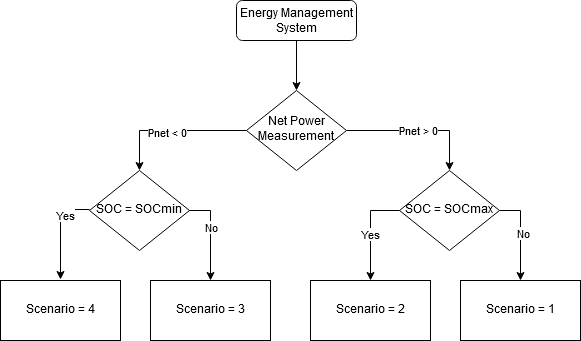
This is OurModel/Icons/logics/HeuristicsDesign.png from EmilbMadsen/MBSE-MicroGrid, a draw.io export, as it was before one commit. Source tidied: cells renumbered, new cells last; positions are measured from the earlier drawing's top-left corner, leaving out a move shared by most shapes. Its diagram source:
```xml
<mxGraphModel>
  <root>
    <mxCell id="0" />
    <mxCell id="1" parent="0" />
    <mxCell id="2" style="edgeStyle=orthogonalEdgeStyle;rounded=0;jettySize=auto;html=1;" parent="1" edge="1" source="3" target="7">
      <mxGeometry relative="1" as="geometry" />
    </mxCell>
    <mxCell id="3" value="Energy Management System" style="rounded=1;whiteSpace=wrap;html=1;fontSize=12;glass=0;strokeWidth=1;shadow=0;" parent="1" vertex="1">
      <mxGeometry x="236" width="120" height="40" as="geometry" />
    </mxCell>
    <mxCell id="4" style="edgeStyle=orthogonalEdgeStyle;rounded=0;jettySize=auto;html=1;entryX=0.5;entryY=0;entryDx=0;entryDy=0;" parent="1" edge="1" source="7" target="12">
      <mxGeometry relative="1" as="geometry" />
    </mxCell>
    <mxCell id="5" value="&lt;div&gt;Pnet &amp;lt; 0&lt;/div&gt;" style="edgeLabel;html=1;align=center;verticalAlign=middle;" parent="4" vertex="1">
      <mxGeometry x="0.08" y="1" relative="1" as="geometry" />
    </mxCell>
    <mxCell id="6" value="Pnet &amp;gt; 0" style="edgeStyle=orthogonalEdgeStyle;rounded=0;jettySize=auto;html=1;entryX=0.5;entryY=0;entryDx=0;entryDy=0;" parent="1" edge="1" source="7" target="17">
      <mxGeometry relative="1" as="geometry" />
    </mxCell>
    <mxCell id="7" value="Net Power Measurement" style="rhombus;whiteSpace=wrap;html=1;shadow=0;fontFamily=Helvetica;fontSize=12;align=center;strokeWidth=1;spacing=6;spacingTop=-4;" parent="1" vertex="1">
      <mxGeometry x="246" y="90" width="100" height="80" as="geometry" />
    </mxCell>
    <mxCell id="8" style="edgeStyle=orthogonalEdgeStyle;rounded=0;orthogonalLoop=1;jettySize=auto;html=1;exitX=0;exitY=0.5;exitDx=0;exitDy=0;" parent="1" edge="1">
      <mxGeometry relative="1" as="geometry">
        <mxPoint x="89" y="209" as="sourcePoint" />
        <mxPoint x="60" y="279" as="targetPoint" />
      </mxGeometry>
    </mxCell>
    <mxCell id="9" value="&lt;div&gt;Yes&lt;/div&gt;" style="edgeLabel;html=1;align=center;verticalAlign=middle;" parent="8" vertex="1">
      <mxGeometry x="-0.31" y="4" relative="1" as="geometry" />
    </mxCell>
    <mxCell id="10" style="edgeStyle=orthogonalEdgeStyle;rounded=0;jettySize=auto;html=1;exitX=1;exitY=0.5;exitDx=0;exitDy=0;" parent="1" edge="1" source="12" target="19">
      <mxGeometry relative="1" as="geometry" />
    </mxCell>
    <mxCell id="11" value="No" style="edgeLabel;html=1;align=center;verticalAlign=middle;" parent="10" vertex="1">
      <mxGeometry x="-0.19" relative="1" as="geometry" />
    </mxCell>
    <mxCell id="12" value="SOC = SOCmin" style="rhombus;whiteSpace=wrap;html=1;shadow=0;fontFamily=Helvetica;fontSize=12;align=center;strokeWidth=1;spacing=6;spacingTop=-4;" parent="1" vertex="1">
      <mxGeometry x="89" y="170" width="100" height="80" as="geometry" />
    </mxCell>
    <mxCell id="13" style="edgeStyle=orthogonalEdgeStyle;rounded=0;jettySize=auto;html=1;exitX=0;exitY=0.5;exitDx=0;exitDy=0;" parent="1" edge="1" source="17" target="20">
      <mxGeometry relative="1" as="geometry" />
    </mxCell>
    <mxCell id="14" value="Yes" style="edgeLabel;html=1;align=center;verticalAlign=middle;" parent="13" vertex="1">
      <mxGeometry x="0.05" y="-1" relative="1" as="geometry" />
    </mxCell>
    <mxCell id="15" style="edgeStyle=orthogonalEdgeStyle;rounded=0;jettySize=auto;html=1;exitX=1;exitY=0.5;exitDx=0;exitDy=0;" parent="1" edge="1" source="17" target="21">
      <mxGeometry relative="1" as="geometry" />
    </mxCell>
    <mxCell id="16" value="No" style="edgeLabel;html=1;align=center;verticalAlign=middle;" parent="15" vertex="1">
      <mxGeometry x="-0.05" y="2" relative="1" as="geometry" />
    </mxCell>
    <mxCell id="17" value="&lt;div&gt;SOC = SOCmax&lt;/div&gt;" style="rhombus;whiteSpace=wrap;html=1;shadow=0;fontFamily=Helvetica;fontSize=12;align=center;strokeWidth=1;spacing=6;spacingTop=-4;" parent="1" vertex="1">
      <mxGeometry x="399" y="170" width="100" height="80" as="geometry" />
    </mxCell>
    <mxCell id="18" value="&lt;div&gt;Scenario = 4&lt;/div&gt;" style="whiteSpace=wrap;html=1;shadow=0;strokeWidth=1;spacing=6;spacingTop=-4;" parent="1" vertex="1">
      <mxGeometry y="280" width="120" height="60" as="geometry" />
    </mxCell>
    <mxCell id="19" value="Scenario = 3" style="whiteSpace=wrap;html=1;shadow=0;strokeWidth=1;spacing=6;spacingTop=-4;" parent="1" vertex="1">
      <mxGeometry x="150" y="280" width="120" height="60" as="geometry" />
    </mxCell>
    <mxCell id="20" value="Scenario = 2" style="whiteSpace=wrap;html=1;shadow=0;strokeWidth=1;spacing=6;spacingTop=-4;" parent="1" vertex="1">
      <mxGeometry x="310" y="280" width="120" height="60" as="geometry" />
    </mxCell>
    <mxCell id="21" value="Scenario = 1" style="whiteSpace=wrap;html=1;shadow=0;strokeWidth=1;spacing=6;spacingTop=-4;" parent="1" vertex="1">
      <mxGeometry x="460" y="280" width="120" height="60" as="geometry" />
    </mxCell>
  </root>
</mxGraphModel>
```
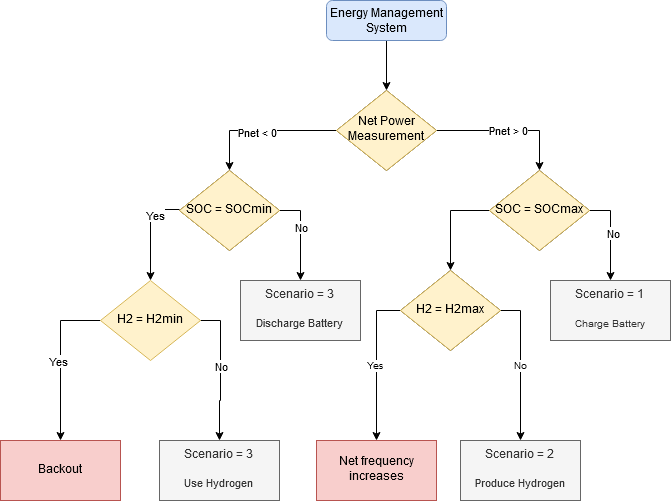
The same file after the commit.

What changed in the source:
```diff
@@ -5,7 +5,7 @@
     <mxCell id="2" style="edgeStyle=orthogonalEdgeStyle;rounded=0;jettySize=auto;html=1;" parent="1" edge="1" source="3" target="7">
       <mxGeometry relative="1" as="geometry" />
     </mxCell>
-    <mxCell id="3" value="Energy Management System" style="rounded=1;whiteSpace=wrap;html=1;fontSize=12;glass=0;strokeWidth=1;shadow=0;" parent="1" vertex="1">
+    <mxCell id="3" value="Energy Management System" style="rounded=1;whiteSpace=wrap;html=1;fontSize=12;glass=0;strokeWidth=1;shadow=0;fillColor=#dae8fc;strokeColor=#6c8ebf;" parent="1" vertex="1">
       <mxGeometry x="236" width="120" height="40" as="geometry" />
     </mxCell>
     <mxCell id="4" style="edgeStyle=orthogonalEdgeStyle;rounded=0;jettySize=auto;html=1;entryX=0.5;entryY=0;entryDx=0;entryDy=0;" parent="1" edge="1" source="7" target="12">
@@ -20,10 +20,12 @@
     <mxCell id="7" value="Net Power Measurement" style="rhombus;whiteSpace=wrap;html=1;shadow=0;fontFamily=Helvetica;fontSize=12;align=center;strokeWidth=1;spacing=6;spacingTop=-4;" parent="1" vertex="1">
       <mxGeometry x="246" y="90" width="100" height="80" as="geometry" />
     </mxCell>
-    <mxCell id="8" style="edgeStyle=orthogonalEdgeStyle;rounded=0;orthogonalLoop=1;jettySize=auto;html=1;exitX=0;exitY=0.5;exitDx=0;exitDy=0;" parent="1" edge="1">
+    <mxCell id="8" style="edgeStyle=orthogonalEdgeStyle;rounded=0;jettySize=auto;html=1;exitX=0;exitY=0.5;exitDx=0;exitDy=0;entryX=0.5;entryY=0;entryDx=0;entryDy=0;" parent="1" edge="1" target="32">
       <mxGeometry relative="1" as="geometry">
         <mxPoint x="89" y="209" as="sourcePoint" />
-        <mxPoint x="60" y="279" as="targetPoint" />
+        <Array as="points">
+          <mxPoint x="60" y="209" />
+        </Array>
       </mxGeometry>
     </mxCell>
     <mxCell id="9" value="&lt;div&gt;Yes&lt;/div&gt;" style="edgeLabel;html=1;align=center;verticalAlign=middle;" parent="8" vertex="1">
@@ -38,32 +40,74 @@
     <mxCell id="12" value="SOC = SOCmin" style="rhombus;whiteSpace=wrap;html=1;shadow=0;fontFamily=Helvetica;fontSize=12;align=center;strokeWidth=1;spacing=6;spacingTop=-4;" parent="1" vertex="1">
       <mxGeometry x="89" y="170" width="100" height="80" as="geometry" />
     </mxCell>
-    <mxCell id="13" style="edgeStyle=orthogonalEdgeStyle;rounded=0;jettySize=auto;html=1;exitX=0;exitY=0.5;exitDx=0;exitDy=0;" parent="1" edge="1" source="17" target="20">
-      <mxGeometry relative="1" as="geometry" />
-    </mxCell>
-    <mxCell id="14" value="Yes" style="edgeLabel;html=1;align=center;verticalAlign=middle;" parent="13" vertex="1">
-      <mxGeometry x="0.05" y="-1" relative="1" as="geometry" />
-    </mxCell>
     <mxCell id="15" style="edgeStyle=orthogonalEdgeStyle;rounded=0;jettySize=auto;html=1;exitX=1;exitY=0.5;exitDx=0;exitDy=0;" parent="1" edge="1" source="17" target="21">
       <mxGeometry relative="1" as="geometry" />
     </mxCell>
     <mxCell id="16" value="No" style="edgeLabel;html=1;align=center;verticalAlign=middle;" parent="15" vertex="1">
       <mxGeometry x="-0.05" y="2" relative="1" as="geometry" />
     </mxCell>
+    <mxCell id="22" style="edgeStyle=orthogonalEdgeStyle;rounded=0;jettySize=auto;html=1;fontSize=10;exitX=0;exitY=0.5;exitDx=0;exitDy=0;" parent="1" edge="1" source="17" target="26">
+      <mxGeometry relative="1" as="geometry" />
+    </mxCell>
     <mxCell id="17" value="&lt;div&gt;SOC = SOCmax&lt;/div&gt;" style="rhombus;whiteSpace=wrap;html=1;shadow=0;fontFamily=Helvetica;fontSize=12;align=center;strokeWidth=1;spacing=6;spacingTop=-4;" parent="1" vertex="1">
       <mxGeometry x="399" y="170" width="100" height="80" as="geometry" />
     </mxCell>
-    <mxCell id="18" value="&lt;div&gt;Scenario = 4&lt;/div&gt;" style="whiteSpace=wrap;html=1;shadow=0;strokeWidth=1;spacing=6;spacingTop=-4;" parent="1" vertex="1">
-      <mxGeometry y="280" width="120" height="60" as="geometry" />
+    <mxCell id="18" value="Backout" style="whiteSpace=wrap;html=1;shadow=0;strokeWidth=1;spacing=6;spacingTop=-4;fillColor=#f8cecc;strokeColor=#b85450;" parent="1" vertex="1">
+      <mxGeometry x="-90" y="440" width="120" height="60" as="geometry" />
     </mxCell>
-    <mxCell id="19" value="Scenario = 3" style="whiteSpace=wrap;html=1;shadow=0;strokeWidth=1;spacing=6;spacingTop=-4;" parent="1" vertex="1">
+    <mxCell id="19" value="&lt;div&gt;Scenario = 3&lt;/div&gt;&lt;div&gt;&lt;br&gt;&lt;/div&gt;&lt;div&gt;&lt;font style=&quot;font-size: 11px&quot;&gt;Discharge Battery&lt;/font&gt;&lt;br&gt;&lt;/div&gt;" style="whiteSpace=wrap;html=1;shadow=0;strokeWidth=1;spacing=6;spacingTop=-4;fillColor=#f5f5f5;fontColor=#333333;strokeColor=#666666;" parent="1" vertex="1">
       <mxGeometry x="150" y="280" width="120" height="60" as="geometry" />
     </mxCell>
-    <mxCell id="20" value="Scenario = 2" style="whiteSpace=wrap;html=1;shadow=0;strokeWidth=1;spacing=6;spacingTop=-4;" parent="1" vertex="1">
-      <mxGeometry x="310" y="280" width="120" height="60" as="geometry" />
+    <mxCell id="20" value="&lt;div&gt;Scenario = 2&lt;/div&gt;&lt;div&gt;&lt;br&gt;&lt;/div&gt;&lt;div&gt;&lt;font style=&quot;font-size: 11px&quot;&gt;Produce Hydrogen&lt;/font&gt;&lt;br&gt;&lt;/div&gt;" style="whiteSpace=wrap;html=1;shadow=0;strokeWidth=1;spacing=6;spacingTop=-4;fillColor=#f5f5f5;fontColor=#333333;strokeColor=#666666;" parent="1" vertex="1">
+      <mxGeometry x="370" y="440" width="120" height="60" as="geometry" />
     </mxCell>
-    <mxCell id="21" value="Scenario = 1" style="whiteSpace=wrap;html=1;shadow=0;strokeWidth=1;spacing=6;spacingTop=-4;" parent="1" vertex="1">
+    <mxCell id="21" value="&lt;div&gt;Scenario = 1&lt;/div&gt;&lt;div&gt;&lt;br&gt;&lt;/div&gt;&lt;div&gt;&lt;font style=&quot;font-size: 10px&quot;&gt;Charge Battery&lt;/font&gt;&lt;br&gt;&lt;/div&gt;" style="whiteSpace=wrap;html=1;shadow=0;strokeWidth=1;spacing=6;spacingTop=-4;fillColor=#f5f5f5;fontColor=#333333;strokeColor=#666666;" parent="1" vertex="1">
       <mxGeometry x="460" y="280" width="120" height="60" as="geometry" />
     </mxCell>
+    <mxCell id="23" value="&lt;div&gt;No&lt;/div&gt;" style="edgeStyle=orthogonalEdgeStyle;rounded=0;jettySize=auto;html=1;exitX=1;exitY=0.5;exitDx=0;exitDy=0;fontSize=10;" parent="1" edge="1" source="26" target="20">
+      <mxGeometry relative="1" as="geometry" />
+    </mxCell>
+    <mxCell id="24" style="edgeStyle=orthogonalEdgeStyle;rounded=0;jettySize=auto;html=1;exitX=0;exitY=0.5;exitDx=0;exitDy=0;fontSize=10;entryX=0.5;entryY=0;entryDx=0;entryDy=0;" parent="1" edge="1" source="26" target="27">
+      <mxGeometry relative="1" as="geometry" />
+    </mxCell>
+    <mxCell id="25" value="&lt;div&gt;Yes&lt;/div&gt;" style="edgeLabel;html=1;align=center;verticalAlign=middle;fontSize=10;" parent="24" vertex="1">
+      <mxGeometry x="0.01" y="-3" relative="1" as="geometry" />
+    </mxCell>
+    <mxCell id="26" value="H2 = H2max" style="rhombus;whiteSpace=wrap;html=1;shadow=0;fontFamily=Helvetica;fontSize=12;align=center;strokeWidth=1;spacing=6;spacingTop=-4;" parent="1" vertex="1">
+      <mxGeometry x="310" y="270" width="100" height="80" as="geometry" />
+    </mxCell>
+    <mxCell id="27" value="Net frequency increases" style="whiteSpace=wrap;html=1;shadow=0;strokeWidth=1;spacing=6;spacingTop=-4;fillColor=#f8cecc;strokeColor=#b85450;" parent="1" vertex="1">
+      <mxGeometry x="226" y="440" width="120" height="60" as="geometry" />
+    </mxCell>
+    <mxCell id="28" style="edgeStyle=orthogonalEdgeStyle;rounded=0;jettySize=auto;html=1;exitX=0;exitY=0.5;exitDx=0;exitDy=0;entryX=0.5;entryY=0;entryDx=0;entryDy=0;fontSize=11;" parent="1" edge="1" source="32" target="18">
+      <mxGeometry relative="1" as="geometry" />
+    </mxCell>
+    <mxCell id="29" value="Yes" style="edgeLabel;html=1;align=center;verticalAlign=middle;fontSize=11;" parent="28" vertex="1">
+      <mxGeometry y="-3" relative="1" as="geometry" />
+    </mxCell>
+    <mxCell id="30" style="edgeStyle=orthogonalEdgeStyle;rounded=0;jettySize=auto;html=1;exitX=1;exitY=0.5;exitDx=0;exitDy=0;fontSize=11;entryX=0.5;entryY=0;entryDx=0;entryDy=0;" parent="1" edge="1" source="32" target="33">
+      <mxGeometry relative="1" as="geometry" />
+    </mxCell>
+    <mxCell id="31" value="No" style="edgeLabel;html=1;align=center;verticalAlign=middle;fontSize=11;" parent="30" vertex="1">
+      <mxGeometry x="-0.07" relative="1" as="geometry" />
+    </mxCell>
+    <mxCell id="32" value="H2 = H2min" style="rhombus;whiteSpace=wrap;html=1;shadow=0;fontFamily=Helvetica;fontSize=12;align=center;strokeWidth=1;spacing=6;spacingTop=-4;fillColor=#fff2cc;strokeColor=#d6b656;" parent="1" vertex="1">
+      <mxGeometry x="10" y="280" width="100" height="80" as="geometry" />
+    </mxCell>
+    <mxCell id="33" value="&lt;div&gt;Scenario = 3&lt;br&gt;&lt;/div&gt;&lt;div&gt;&lt;br&gt;&lt;/div&gt;&lt;div&gt;&lt;font style=&quot;font-size: 11px&quot;&gt;Use Hydrogen&lt;/font&gt;&lt;br&gt;&lt;/div&gt;" style="whiteSpace=wrap;html=1;shadow=0;strokeWidth=1;spacing=6;spacingTop=-4;fillColor=#f5f5f5;fontColor=#333333;strokeColor=#666666;" parent="1" vertex="1">
+      <mxGeometry x="69" y="440" width="120" height="60" as="geometry" />
+    </mxCell>
+    <mxCell id="34" value="H2 = H2max" style="rhombus;whiteSpace=wrap;html=1;shadow=0;fontFamily=Helvetica;fontSize=12;align=center;strokeWidth=1;spacing=6;spacingTop=-4;fillColor=#fff2cc;strokeColor=#d6b656;" parent="1" vertex="1">
+      <mxGeometry x="310" y="270" width="100" height="80" as="geometry" />
+    </mxCell>
+    <mxCell id="35" value="&lt;div&gt;SOC = SOCmax&lt;/div&gt;" style="rhombus;whiteSpace=wrap;html=1;shadow=0;fontFamily=Helvetica;fontSize=12;align=center;strokeWidth=1;spacing=6;spacingTop=-4;fillColor=#fff2cc;strokeColor=#d6b656;" parent="1" vertex="1">
+      <mxGeometry x="399" y="170" width="100" height="80" as="geometry" />
+    </mxCell>
+    <mxCell id="36" value="Net Power Measurement" style="rhombus;whiteSpace=wrap;html=1;shadow=0;fontFamily=Helvetica;fontSize=12;align=center;strokeWidth=1;spacing=6;spacingTop=-4;fillColor=#fff2cc;strokeColor=#d6b656;" parent="1" vertex="1">
+      <mxGeometry x="246" y="90" width="100" height="80" as="geometry" />
+    </mxCell>
+    <mxCell id="37" value="SOC = SOCmin" style="rhombus;whiteSpace=wrap;html=1;shadow=0;fontFamily=Helvetica;fontSize=12;align=center;strokeWidth=1;spacing=6;spacingTop=-4;fillColor=#fff2cc;strokeColor=#d6b656;" parent="1" vertex="1">
+      <mxGeometry x="89" y="170" width="100" height="80" as="geometry" />
+    </mxCell>
   </root>
 </mxGraphModel>
```
